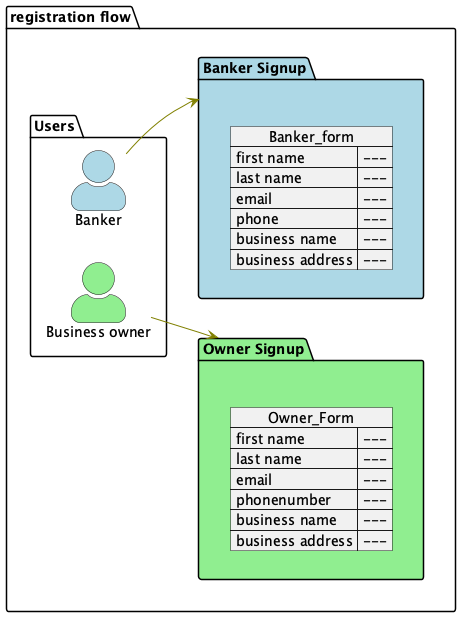
Before: resources/assets/activities/registration.png, a diagram exported from PlantUML (dinesh19aug/yeegoals).
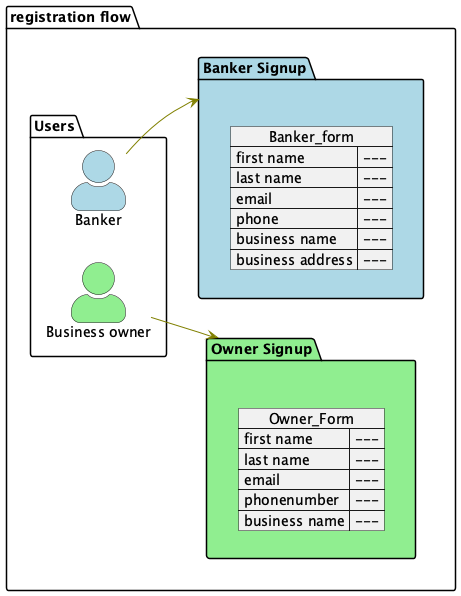
The same file after the commit.

Change to the diagram source:
```diff
@@ -24,8 +24,8 @@
             "last name": "---",
             "email": "---",
             "phonenumber": "---",
-            "business name": "---",
-            "business address": "---"
+            "business name": "---"
+
         }
     }
 
```
